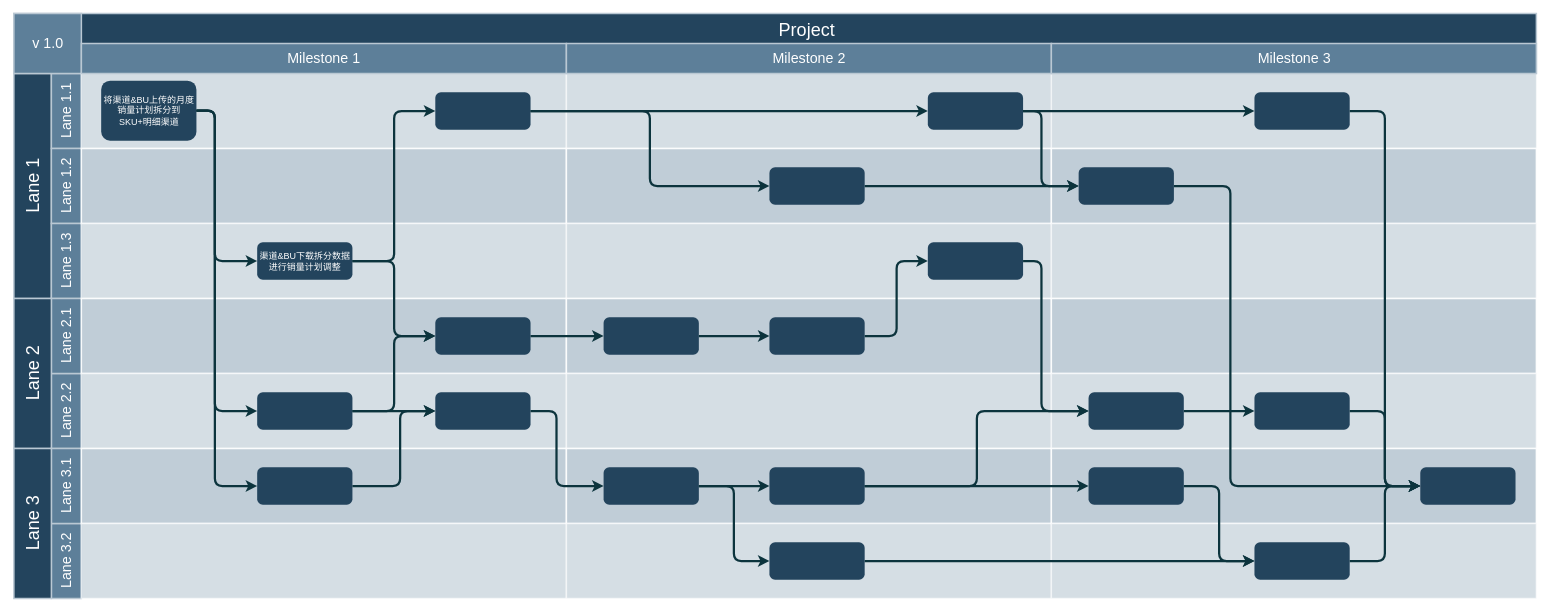
The draw.io diagram 未命名绘图.drawio in ClaudXue/Test_Project, before the edit. Source tidied: cells renumbered, new cells numbered last; positions are measured from the earlier drawing's top-left corner, leaving out a move shared by most shapes. Both pictures are drawn from the tidied source at 75%, with x=0, y=0 at pixel (14, 13).
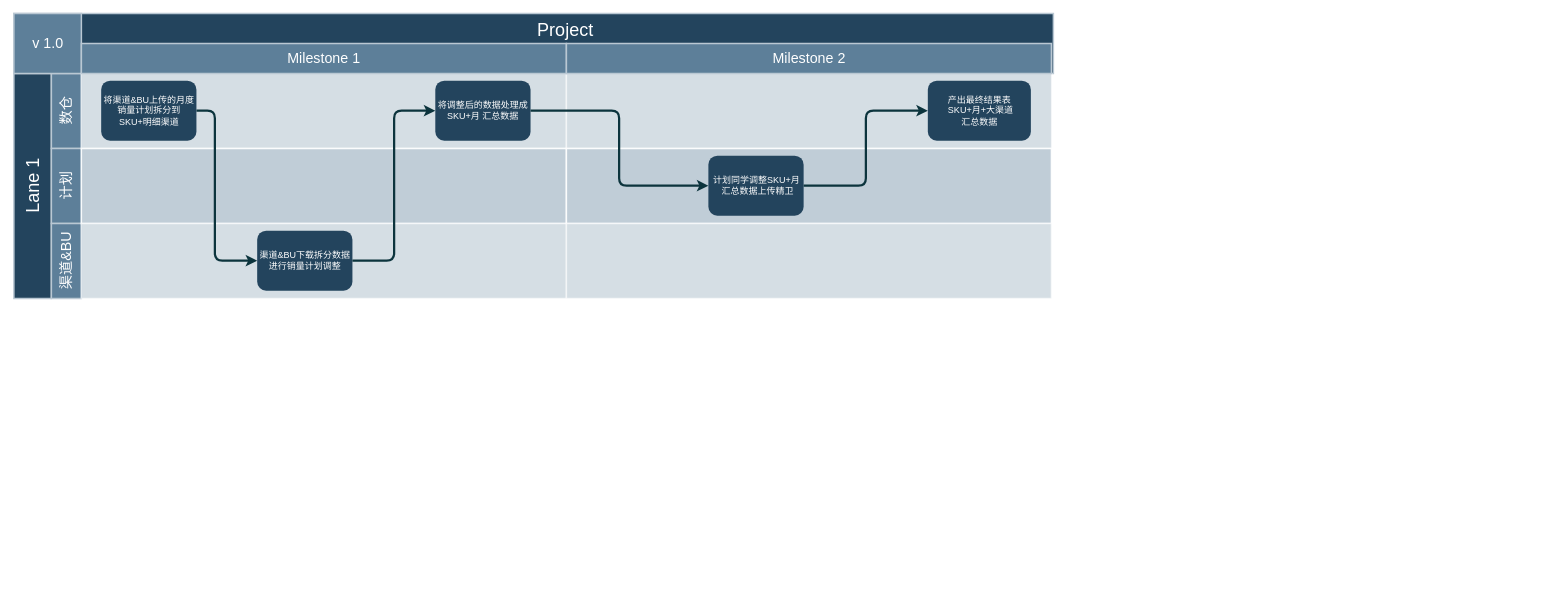
The same diagram, later.

Commit message:
更新未命名绘图.drawio

Unchanged cells that the change refers to:
```xml
<mxCell id="36" value="&lt;font color=&quot;#ffffff&quot;&gt;将渠道&amp;amp;BU上传的月度&lt;br&gt;销量计划拆分到 &lt;br&gt;SKU+明细渠道&lt;/font&gt;" style="rounded=1;fillColor=#23445D;strokeColor=none;strokeWidth=2;fontFamily=Helvetica;html=1;gradientColor=none;" parent="1" vertex="1">
  <mxGeometry x="116.4" y="90" width="127" height="80" as="geometry" />
</mxCell>
<mxCell id="86" style="group;" parent="1" vertex="1">
  <mxGeometry x="90" y="40.5" width="646.7" height="40" as="geometry" />
</mxCell>
```

Change to the diagram source:
```diff
@@
     <mxCell id="2" value="Project&#10;" style="strokeColor=#BAC8D3;fillColor=#23445D;fontSize=24;strokeWidth=2;fontFamily=Helvetica;html=1;fontColor=#FFFFFF;fontStyle=0;spacingBottom=8;spacingRight=0;spacingLeft=83;" parent="1" vertex="1">
-      <mxGeometry y="0.5" width="2030" height="80" as="geometry" />
+      <mxGeometry y="0.5" width="1386" height="80" as="geometry" />
     </mxCell>
@@
-    <mxCell id="4" value="Lane 1.1" style="strokeColor=#BAC8D3;fillColor=#5d7f99;fontSize=19;strokeWidth=2;horizontal=0;fontFamily=Helvetica;html=1;labelBackgroundColor=none;fontColor=#FFFFFF;" parent="1" vertex="1">
+    <mxCell id="4" value="数仓" style="strokeColor=#BAC8D3;fillColor=#5d7f99;fontSize=19;strokeWidth=2;horizontal=0;fontFamily=Helvetica;html=1;labelBackgroundColor=none;fontColor=#FFFFFF;" parent="1" vertex="1">
       <mxGeometry x="50" y="80.5" width="40" height="100" as="geometry" />
     </mxCell>
@@
-    <mxCell id="6" value="Lane 1.2" style="strokeColor=#BAC8D3;fillColor=#5d7f99;fontSize=19;strokeWidth=2;horizontal=0;fontFamily=Helvetica;html=1;labelBackgroundColor=none;fontColor=#FFFFFF;" parent="1" vertex="1">
+    <mxCell id="6" value="计划" style="strokeColor=#BAC8D3;fillColor=#5d7f99;fontSize=19;strokeWidth=2;horizontal=0;fontFamily=Helvetica;html=1;labelBackgroundColor=none;fontColor=#FFFFFF;" parent="1" vertex="1">
       <mxGeometry x="50" y="180.5" width="40" height="100" as="geometry" />
     </mxCell>
-    <mxCell id="7" value="Lane 1.3" style="strokeColor=#BAC8D3;fillColor=#5d7f99;fontSize=19;strokeWidth=2;horizontal=0;fontFamily=Helvetica;html=1;labelBackgroundColor=none;fontColor=#FFFFFF;" parent="1" vertex="1">
+    <mxCell id="7" value="渠道&amp;amp;BU" style="strokeColor=#BAC8D3;fillColor=#5d7f99;fontSize=19;strokeWidth=2;horizontal=0;fontFamily=Helvetica;html=1;labelBackgroundColor=none;fontColor=#FFFFFF;" parent="1" vertex="1">
       <mxGeometry x="50" y="280.5" width="40" height="100" as="geometry" />
     </mxCell>
-    <mxCell id="8" value="Lane 2.2" style="strokeColor=#BAC8D3;fillColor=#5d7f99;fontSize=19;strokeWidth=2;horizontal=0;fontFamily=Helvetica;html=1;labelBackgroundColor=none;fontColor=#FFFFFF;" parent="1" vertex="1">
-      <mxGeometry x="50" y="480.5" width="40" height="100" as="geometry" />
-    </mxCell>
-    <mxCell id="9" value="Lane 2.1" style="strokeColor=#BAC8D3;fillColor=#5d7f99;fontSize=19;strokeWidth=2;horizontal=0;fontFamily=Helvetica;html=1;labelBackgroundColor=none;fontColor=#FFFFFF;" parent="1" vertex="1">
-      <mxGeometry x="50" y="380.5" width="40" height="100" as="geometry" />
-    </mxCell>
-    <mxCell id="10" value="Lane 2" style="strokeColor=#BAC8D3;fillColor=#23445D;fontSize=24;strokeWidth=2;horizontal=0;fontFamily=Helvetica;html=1;fontColor=#FFFFFF;fontStyle=0;" parent="1" vertex="1">
-      <mxGeometry y="380.5" width="50" height="200" as="geometry" />
-    </mxCell>
-    <mxCell id="11" value="Lane 3.2" style="strokeColor=#BAC8D3;fillColor=#5d7f99;fontSize=19;strokeWidth=2;horizontal=0;fontFamily=Helvetica;html=1;labelBackgroundColor=none;fontColor=#FFFFFF;" parent="1" vertex="1">
-      <mxGeometry x="50" y="680.5" width="40" height="100" as="geometry" />
-    </mxCell>
-    <mxCell id="12" value="Lane 3.1" style="strokeColor=#BAC8D3;fillColor=#5d7f99;fontSize=19;strokeWidth=2;horizontal=0;fontFamily=Helvetica;html=1;labelBackgroundColor=none;fontColor=#FFFFFF;" parent="1" vertex="1">
-      <mxGeometry x="50" y="580.5" width="40" height="100" as="geometry" />
-    </mxCell>
-    <mxCell id="13" value="Lane 3" style="strokeColor=#BAC8D3;fillColor=#23445D;fontSize=24;strokeWidth=2;horizontal=0;fontFamily=Helvetica;html=1;fontColor=#FFFFFF;fontStyle=0;" parent="1" vertex="1">
-      <mxGeometry y="580.5" width="50" height="200" as="geometry" />
-    </mxCell>
@@
-    <mxCell id="17" style="strokeColor=#FFFFFF;fillColor=#BAC8D3;fontSize=18;strokeWidth=2;fontFamily=Helvetica;html=1;opacity=90;" parent="1" vertex="1">
-      <mxGeometry x="90" y="380.5" width="646.7" height="100" as="geometry" />
-    </mxCell>
-    <mxCell id="18" style="strokeColor=#FFFFFF;fillColor=#BAC8D3;fontSize=18;strokeWidth=2;fontFamily=Helvetica;html=1;opacity=60;" parent="1" vertex="1">
-      <mxGeometry x="90" y="480.5" width="646.7" height="100" as="geometry" />
-    </mxCell>
-    <mxCell id="19" style="strokeColor=#FFFFFF;fillColor=#BAC8D3;fontSize=18;strokeWidth=2;fontFamily=Helvetica;html=1;opacity=90;" parent="1" vertex="1">
-      <mxGeometry x="90" y="580.5" width="646.7" height="100" as="geometry" />
-    </mxCell>
-    <mxCell id="20" style="strokeColor=#FFFFFF;fillColor=#BAC8D3;fontSize=18;strokeWidth=2;fontFamily=Helvetica;html=1;opacity=60;" parent="1" vertex="1">
-      <mxGeometry x="90" y="680.5" width="646.7" height="100" as="geometry" />
-    </mxCell>
@@
-    <mxCell id="24" style="strokeColor=#FFFFFF;fillColor=#BAC8D3;fontSize=18;strokeWidth=2;fontFamily=Helvetica;html=1;opacity=90;" parent="1" vertex="1">
-      <mxGeometry x="736.7" y="380.5" width="646.7" height="100" as="geometry" />
-    </mxCell>
-    <mxCell id="25" style="strokeColor=#FFFFFF;fillColor=#BAC8D3;fontSize=18;strokeWidth=2;fontFamily=Helvetica;html=1;opacity=60;" parent="1" vertex="1">
-      <mxGeometry x="736.7" y="480.5" width="646.7" height="100" as="geometry" />
-    </mxCell>
-    <mxCell id="26" style="strokeColor=#FFFFFF;fillColor=#BAC8D3;fontSize=18;strokeWidth=2;fontFamily=Helvetica;html=1;opacity=90;" parent="1" vertex="1">
-      <mxGeometry x="736.7" y="580.5" width="646.7" height="100" as="geometry" />
-    </mxCell>
-    <mxCell id="27" style="strokeColor=#FFFFFF;fillColor=#BAC8D3;fontSize=18;strokeWidth=2;fontFamily=Helvetica;html=1;opacity=60;fontStyle=4;" parent="1" vertex="1">
-      <mxGeometry x="736.7" y="680.5" width="646.7" height="100" as="geometry" />
-    </mxCell>
-    <mxCell id="28" style="strokeColor=#FFFFFF;fillColor=#BAC8D3;fontSize=18;strokeWidth=2;fontFamily=Helvetica;html=1;opacity=60;" parent="1" vertex="1">
-      <mxGeometry x="1383.3" y="80.5" width="647" height="100" as="geometry" />
-    </mxCell>
-    <mxCell id="29" style="strokeColor=#FFFFFF;fillColor=#BAC8D3;fontSize=18;strokeWidth=2;fontFamily=Helvetica;html=1;opacity=90;" parent="1" vertex="1">
-      <mxGeometry x="1383.3" y="180.5" width="646.7" height="100" as="geometry" />
-    </mxCell>
-    <mxCell id="30" style="strokeColor=#FFFFFF;fillColor=#BAC8D3;fontSize=18;strokeWidth=2;fontFamily=Helvetica;html=1;opacity=60;" parent="1" vertex="1">
-      <mxGeometry x="1383.3" y="280.5" width="646.7" height="100" as="geometry" />
-    </mxCell>
-    <mxCell id="31" style="strokeColor=#FFFFFF;fillColor=#BAC8D3;fontSize=18;strokeWidth=2;fontFamily=Helvetica;html=1;opacity=90;" parent="1" vertex="1">
-      <mxGeometry x="1383.3" y="380.5" width="646.7" height="100" as="geometry" />
-    </mxCell>
-    <mxCell id="32" style="strokeColor=#FFFFFF;fillColor=#BAC8D3;fontSize=18;strokeWidth=2;fontFamily=Helvetica;html=1;opacity=60;" parent="1" vertex="1">
-      <mxGeometry x="1383.3" y="480.5" width="646.7" height="100" as="geometry" />
-    </mxCell>
-    <mxCell id="33" style="strokeColor=#FFFFFF;fillColor=#BAC8D3;fontSize=18;strokeWidth=2;fontFamily=Helvetica;html=1;opacity=90;" parent="1" vertex="1">
-      <mxGeometry x="1383.3" y="580.5" width="646.7" height="100" as="geometry" />
-    </mxCell>
-    <mxCell id="34" style="strokeColor=#FFFFFF;fillColor=#BAC8D3;fontSize=18;strokeWidth=2;fontFamily=Helvetica;html=1;opacity=60;fontStyle=4;" parent="1" vertex="1">
-      <mxGeometry x="1383.3" y="680.5" width="646.7" height="100" as="geometry" />
-    </mxCell>
@@
-    <mxCell id="37" style="rounded=1;fillColor=#23445D;strokeColor=none;strokeWidth=2;fontFamily=Helvetica;html=1;gradientColor=none;" parent="1" vertex="1">
-      <mxGeometry x="561.9" y="105.5" width="127" height="50" as="geometry" />
+    <mxCell id="37" value="&lt;font color=&quot;#ffffff&quot;&gt;将调整后的数据处理成&lt;br&gt;SKU+月 汇总数据&lt;br&gt;&lt;/font&gt;" style="rounded=1;fillColor=#23445D;strokeColor=none;strokeWidth=2;fontFamily=Helvetica;html=1;gradientColor=none;" parent="1" vertex="1">
+      <mxGeometry x="561.9" y="90" width="127" height="80" as="geometry" />
     </mxCell>
     <mxCell id="38" value="&lt;span style=&quot;color: rgb(255, 255, 255);&quot;&gt;渠道&amp;amp;BU下载拆分数据&lt;br&gt;进行销量计划调整&lt;/span&gt;" style="rounded=1;fillColor=#23445D;strokeColor=none;strokeWidth=2;fontFamily=Helvetica;html=1;gradientColor=none;" parent="1" vertex="1">
-      <mxGeometry x="324.4" y="305.5" width="127" height="50" as="geometry" />
+      <mxGeometry x="324.4" y="290" width="127" height="80" as="geometry" />
     </mxCell>
-    <mxCell id="39" style="rounded=1;fillColor=#23445D;strokeColor=none;strokeWidth=2;fontFamily=Helvetica;html=1;gradientColor=none;" parent="1" vertex="1">
-      <mxGeometry x="561.9" y="405.5" width="127" height="50" as="geometry" />
-    </mxCell>
-    <mxCell id="40" style="rounded=1;fillColor=#23445D;strokeColor=none;strokeWidth=2;fontFamily=Helvetica;html=1;gradientColor=none;" parent="1" vertex="1">
-      <mxGeometry x="561.9" y="505.5" width="127" height="50" as="geometry" />
-    </mxCell>
-    <mxCell id="41" style="rounded=1;fillColor=#23445D;strokeColor=none;strokeWidth=2;fontFamily=Helvetica;html=1;gradientColor=none;" parent="1" vertex="1">
-      <mxGeometry x="324.4" y="605.5" width="127" height="50" as="geometry" />
-    </mxCell>
-    <mxCell id="42" style="rounded=1;fillColor=#23445D;strokeColor=none;strokeWidth=2;fontFamily=Helvetica;html=1;gradientColor=none;" parent="1" vertex="1">
-      <mxGeometry x="324.4" y="505.5" width="127" height="50" as="geometry" />
-    </mxCell>
-    <mxCell id="43" style="rounded=1;fillColor=#23445D;strokeColor=none;strokeWidth=2;fontFamily=Helvetica;html=1;gradientColor=none;" parent="1" vertex="1">
-      <mxGeometry x="1007.4" y="205.5" width="127" height="50" as="geometry" />
+    <mxCell id="43" value="&lt;font color=&quot;#ffffff&quot;&gt;计划同学调整&lt;/font&gt;&lt;span style=&quot;color: rgb(255, 255, 255);&quot;&gt;SKU+月&lt;br&gt;&amp;nbsp;汇总数据上传精卫&lt;/span&gt;" style="rounded=1;fillColor=#23445D;strokeColor=none;strokeWidth=2;fontFamily=Helvetica;html=1;gradientColor=none;" parent="1" vertex="1">
+      <mxGeometry x="926" y="190" width="127" height="80" as="geometry" />
     </mxCell>
-    <mxCell id="44" style="rounded=1;fillColor=#23445D;strokeColor=none;strokeWidth=2;fontFamily=Helvetica;html=1;gradientColor=none;" parent="1" vertex="1">
-      <mxGeometry x="1218.6" y="105.5" width="127" height="50" as="geometry" />
+    <mxCell id="44" value="&lt;font color=&quot;#ffffff&quot;&gt;产出最终结果表&lt;br&gt;&amp;nbsp;&lt;/font&gt;&lt;span style=&quot;color: rgb(255, 255, 255);&quot;&gt;SKU+月+大渠道&lt;br&gt;汇总数据&lt;br&gt;&lt;/span&gt;" style="rounded=1;fillColor=#23445D;strokeColor=none;strokeWidth=2;fontFamily=Helvetica;html=1;gradientColor=none;" parent="1" vertex="1">
+      <mxGeometry x="1218.6" y="90" width="137.4" height="80" as="geometry" />
     </mxCell>
-    <mxCell id="45" style="rounded=1;fillColor=#23445D;strokeColor=none;strokeWidth=2;gradientColor=none;fontFamily=Helvetica;html=1;" parent="1" vertex="1">
-      <mxGeometry x="1875.2" y="605.5" width="127" height="50" as="geometry" />
-    </mxCell>
-    <mxCell id="46" style="rounded=1;fillColor=#23445D;strokeColor=none;strokeWidth=2;fontFamily=Helvetica;html=1;gradientColor=none;" parent="1" vertex="1">
-      <mxGeometry x="1007.4" y="405.5" width="127" height="50" as="geometry" />
-    </mxCell>
-    <mxCell id="47" style="rounded=1;fillColor=#23445D;strokeColor=none;strokeWidth=2;fontFamily=Helvetica;html=1;gradientColor=none;" parent="1" vertex="1">
-      <mxGeometry x="1007.4" y="705.5" width="127" height="50" as="geometry" />
-    </mxCell>
-    <mxCell id="48" style="rounded=1;fillColor=#23445D;strokeColor=none;strokeWidth=2;fontFamily=Helvetica;html=1;gradientColor=none;" parent="1" vertex="1">
-      <mxGeometry x="786.3" y="605.5" width="127" height="50" as="geometry" />
-    </mxCell>
-    <mxCell id="49" style="rounded=1;fillColor=#23445D;strokeColor=none;strokeWidth=2;fontFamily=Helvetica;html=1;gradientColor=none;" parent="1" vertex="1">
-      <mxGeometry x="1007.4" y="605.5" width="127" height="50" as="geometry" />
-    </mxCell>
-    <mxCell id="50" style="rounded=1;fillColor=#23445D;strokeColor=none;strokeWidth=2;fontFamily=Helvetica;html=1;gradientColor=none;" parent="1" vertex="1">
-      <mxGeometry x="786.3" y="405.5" width="127" height="50" as="geometry" />
-    </mxCell>
-    <mxCell id="51" style="rounded=1;fillColor=#23445D;strokeColor=none;strokeWidth=2;fontFamily=Helvetica;html=1;gradientColor=none;" parent="1" vertex="1">
-      <mxGeometry x="1218.6" y="305.5" width="127" height="50" as="geometry" />
-    </mxCell>
-    <mxCell id="52" style="rounded=1;fillColor=#23445D;strokeColor=none;strokeWidth=2;gradientColor=none;fontFamily=Helvetica;html=1;" parent="1" vertex="1">
-      <mxGeometry x="1432.9" y="505.5" width="127" height="50" as="geometry" />
-    </mxCell>
-    <mxCell id="53" style="rounded=1;fillColor=#23445D;strokeColor=none;strokeWidth=2;gradientColor=none;fontFamily=Helvetica;html=1;" parent="1" vertex="1">
-      <mxGeometry x="1654.1" y="505.5" width="127" height="50" as="geometry" />
-    </mxCell>
-    <mxCell id="54" style="rounded=1;fillColor=#23445D;strokeColor=none;strokeWidth=2;gradientColor=none;fontFamily=Helvetica;html=1;" parent="1" vertex="1">
-      <mxGeometry x="1419.7" y="205.5" width="127" height="50" as="geometry" />
-    </mxCell>
-    <mxCell id="55" style="rounded=1;fillColor=#23445D;strokeColor=none;strokeWidth=2;gradientColor=none;fontFamily=Helvetica;html=1;" parent="1" vertex="1">
-      <mxGeometry x="1432.9" y="605.5" width="127" height="50" as="geometry" />
-    </mxCell>
-    <mxCell id="56" style="rounded=1;fillColor=#23445D;strokeColor=none;strokeWidth=2;gradientColor=none;fontFamily=Helvetica;html=1;" parent="1" vertex="1">
-      <mxGeometry x="1654.1" y="705.5" width="127" height="50" as="geometry" />
-    </mxCell>
-    <mxCell id="57" style="rounded=1;fillColor=#23445D;strokeColor=none;strokeWidth=2;gradientColor=none;fontFamily=Helvetica;html=1;" parent="1" vertex="1">
-      <mxGeometry x="1654.1" y="105.5" width="127" height="50" as="geometry" />
-    </mxCell>
-    <mxCell id="58" style="edgeStyle=elbowEdgeStyle;elbow=horizontal;strokeWidth=3;strokeColor=#0C343D;fontFamily=Helvetica;html=1;" parent="1" edge="1" source="36" target="42">
-      <mxGeometry x="6.4" y="830.5" as="geometry">
-        <Array as="points">
-          <mxPoint x="268" y="343.5" />
-        </Array>
-      </mxGeometry>
-    </mxCell>
-    <mxCell id="59" style="edgeStyle=elbowEdgeStyle;elbow=horizontal;strokeWidth=3;strokeColor=#0C343D;fontFamily=Helvetica;html=1;" parent="1" edge="1" source="36" target="41">
-      <mxGeometry x="6.4" y="830.5" as="geometry">
-        <Array as="points">
-          <mxPoint x="268" y="252.5" />
-        </Array>
-      </mxGeometry>
-    </mxCell>
@@
-    <mxCell id="61" style="edgeStyle=elbowEdgeStyle;elbow=horizontal;strokeWidth=3;strokeColor=#0C343D;fontFamily=Helvetica;html=1;" parent="1" edge="1" source="38" target="39">
-      <mxGeometry x="6.4" y="830.5" as="geometry" />
-    </mxCell>
-    <mxCell id="62" style="edgeStyle=elbowEdgeStyle;elbow=horizontal;strokeWidth=3;strokeColor=#0C343D;fontFamily=Helvetica;html=1;" parent="1" edge="1" source="42" target="39">
-      <mxGeometry x="6.4" y="830.5" as="geometry" />
-    </mxCell>
-    <mxCell id="63" style="edgeStyle=elbowEdgeStyle;elbow=horizontal;strokeWidth=3;strokeColor=#0C343D;fontFamily=Helvetica;html=1;" parent="1" edge="1" source="42" target="40">
-      <mxGeometry x="6.4" y="830.5" as="geometry" />
-    </mxCell>
-    <mxCell id="64" style="edgeStyle=elbowEdgeStyle;elbow=horizontal;strokeWidth=3;strokeColor=#0C343D;fontFamily=Helvetica;html=1;" parent="1" edge="1" source="41" target="40">
-      <mxGeometry x="6.4" y="830.5" as="geometry">
-        <Array as="points">
-          <mxPoint x="515" y="584.5" />
-        </Array>
-      </mxGeometry>
-    </mxCell>
@@
-    <mxCell id="66" style="edgeStyle=elbowEdgeStyle;elbow=horizontal;strokeWidth=3;strokeColor=#0C343D;fontFamily=Helvetica;html=1;" parent="1" edge="1" source="39" target="50">
-      <mxGeometry x="6.4" y="830.5" as="geometry" />
-    </mxCell>
-    <mxCell id="67" style="edgeStyle=elbowEdgeStyle;elbow=horizontal;strokeWidth=3;strokeColor=#0C343D;fontFamily=Helvetica;html=1;" parent="1" edge="1" source="50" target="46">
-      <mxGeometry x="6.4" y="830.5" as="geometry" />
-    </mxCell>
-    <mxCell id="68" style="edgeStyle=elbowEdgeStyle;elbow=horizontal;strokeWidth=3;strokeColor=#0C343D;fontFamily=Helvetica;html=1;" parent="1" edge="1" source="37" target="44">
-      <mxGeometry x="6.4" y="830.5" as="geometry" />
-    </mxCell>
-    <mxCell id="69" style="edgeStyle=elbowEdgeStyle;elbow=horizontal;strokeWidth=3;strokeColor=#0C343D;fontFamily=Helvetica;html=1;" parent="1" edge="1" source="40" target="48">
-      <mxGeometry x="6.4" y="830.5" as="geometry">
-        <Array as="points">
-          <mxPoint x="723.5" y="580.5" />
-        </Array>
-      </mxGeometry>
-    </mxCell>
-    <mxCell id="70" style="edgeStyle=elbowEdgeStyle;elbow=horizontal;strokeWidth=3;strokeColor=#0C343D;fontFamily=Helvetica;html=1;" parent="1" edge="1" source="48" target="49">
-      <mxGeometry x="6.4" y="830.5" as="geometry" />
-    </mxCell>
-    <mxCell id="71" style="edgeStyle=elbowEdgeStyle;elbow=horizontal;strokeWidth=3;strokeColor=#0C343D;fontFamily=Helvetica;html=1;" parent="1" edge="1" source="48" target="47">
-      <mxGeometry x="6.4" y="830.5" as="geometry" />
-    </mxCell>
-    <mxCell id="72" style="edgeStyle=elbowEdgeStyle;elbow=horizontal;strokeWidth=3;strokeColor=#0C343D;fontFamily=Helvetica;html=1;" parent="1" edge="1" source="47" target="56">
-      <mxGeometry x="6.4" y="830.5" as="geometry" />
-    </mxCell>
-    <mxCell id="73" style="edgeStyle=elbowEdgeStyle;elbow=horizontal;strokeWidth=3;strokeColor=#0C343D;fontFamily=Helvetica;html=1;" parent="1" edge="1" source="56" target="45">
-      <mxGeometry x="6.4" y="830.5" as="geometry" />
-    </mxCell>
-    <mxCell id="74" style="edgeStyle=elbowEdgeStyle;elbow=horizontal;strokeWidth=3;strokeColor=#0C343D;fontFamily=Helvetica;html=1;" parent="1" edge="1" source="54" target="45">
-      <mxGeometry x="6.4" y="830.5" as="geometry">
-        <Array as="points">
-          <mxPoint x="1622" y="430.5" />
-        </Array>
-      </mxGeometry>
-    </mxCell>
-    <mxCell id="75" style="edgeStyle=elbowEdgeStyle;elbow=horizontal;strokeWidth=3;strokeColor=#0C343D;fontFamily=Helvetica;html=1;" parent="1" edge="1" source="55" target="56">
-      <mxGeometry x="6.4" y="830.5" as="geometry" />
-    </mxCell>
-    <mxCell id="76" style="edgeStyle=elbowEdgeStyle;elbow=horizontal;strokeWidth=3;strokeColor=#0C343D;fontFamily=Helvetica;html=1;" parent="1" edge="1" source="49" target="52">
-      <mxGeometry x="6.4" y="830.5" as="geometry" />
-    </mxCell>
-    <mxCell id="77" style="edgeStyle=elbowEdgeStyle;elbow=horizontal;strokeWidth=3;strokeColor=#0C343D;fontFamily=Helvetica;html=1;" parent="1" edge="1" source="49" target="55">
-      <mxGeometry x="6.4" y="830.5" as="geometry" />
-    </mxCell>
-    <mxCell id="78" style="edgeStyle=elbowEdgeStyle;elbow=horizontal;strokeWidth=3;strokeColor=#0C343D;fontFamily=Helvetica;html=1;" parent="1" edge="1" source="46" target="51">
-      <mxGeometry x="6.4" y="830.5" as="geometry" />
-    </mxCell>
-    <mxCell id="79" style="edgeStyle=elbowEdgeStyle;elbow=horizontal;strokeWidth=3;strokeColor=#0C343D;fontFamily=Helvetica;html=1;" parent="1" edge="1" source="43" target="54">
+    <mxCell id="79" style="edgeStyle=elbowEdgeStyle;elbow=horizontal;strokeWidth=3;strokeColor=#0C343D;fontFamily=Helvetica;html=1;" parent="1" edge="1" source="43" target="44">
       <mxGeometry x="6.4" y="830.5" as="geometry" />
     </mxCell>
-    <mxCell id="80" style="edgeStyle=elbowEdgeStyle;elbow=horizontal;strokeWidth=3;strokeColor=#0C343D;fontFamily=Helvetica;html=1;" parent="1" edge="1" source="44" target="54">
-      <mxGeometry x="6.4" y="830.5" as="geometry">
-        <Array as="points">
-          <mxPoint x="1370.1" y="180.5" />
-        </Array>
-      </mxGeometry>
-    </mxCell>
-    <mxCell id="81" style="edgeStyle=elbowEdgeStyle;elbow=horizontal;strokeWidth=3;strokeColor=#0C343D;fontFamily=Helvetica;html=1;" parent="1" edge="1" source="44" target="57">
-      <mxGeometry x="6.4" y="830.5" as="geometry" />
-    </mxCell>
-    <mxCell id="82" style="edgeStyle=elbowEdgeStyle;elbow=horizontal;strokeWidth=3;strokeColor=#0C343D;fontFamily=Helvetica;html=1;" parent="1" edge="1" source="57" target="45">
-      <mxGeometry x="6.4" y="830.5" as="geometry" />
-    </mxCell>
-    <mxCell id="83" style="edgeStyle=elbowEdgeStyle;elbow=horizontal;strokeWidth=3;strokeColor=#0C343D;fontFamily=Helvetica;html=1;" parent="1" edge="1" source="53" target="45">
-      <mxGeometry x="6.4" y="830.5" as="geometry" />
-    </mxCell>
-    <mxCell id="84" style="edgeStyle=elbowEdgeStyle;elbow=horizontal;strokeWidth=3;strokeColor=#0C343D;fontFamily=Helvetica;html=1;" parent="1" edge="1" source="52" target="53">
-      <mxGeometry x="6.4" y="830.5" as="geometry" />
-    </mxCell>
-    <mxCell id="85" style="edgeStyle=elbowEdgeStyle;elbow=horizontal;strokeWidth=3;strokeColor=#0C343D;fontFamily=Helvetica;html=1;" parent="1" edge="1" source="51" target="52">
-      <mxGeometry x="6.4" y="830.5" as="geometry">
-        <Array as="points">
-          <mxPoint x="1370.1" y="430.5" />
-        </Array>
-      </mxGeometry>
-    </mxCell>
@@
-    <mxCell id="89" value="Milestone 3" style="strokeColor=#BAC8D3;fillColor=#5d7f99;fontSize=19;strokeWidth=2;fontFamily=Helvetica;html=1;labelBackgroundColor=none;fontColor=#FFFFFF;" parent="86" vertex="1">
-      <mxGeometry x="1293.3" width="646.7" height="40" as="geometry" />
-    </mxCell>
```
